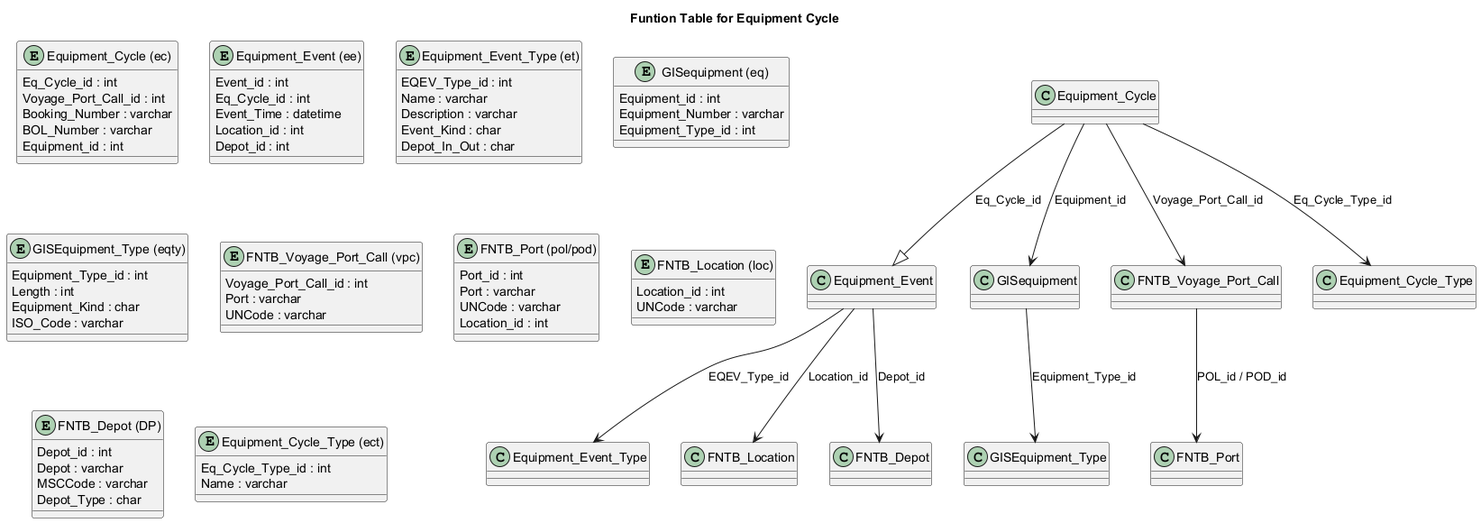
The PlantUML diagram DCC_Trasporti_H/FNTB_Equipment_Cycle_Sub.png in grellag/Project_Python, before a commit. The source it was exported from:
```plantuml
@startuml

title Funtion Table for Equipment Cycle

entity "Equipment_Cycle (ec)" {
    Eq_Cycle_id : int
    Voyage_Port_Call_id : int
    Booking_Number : varchar
    BOL_Number : varchar
    Equipment_id : int
}

entity "Equipment_Event (ee)" {
    Event_id : int
    Eq_Cycle_id : int
    Event_Time : datetime
    Location_id : int
    Depot_id : int
}

entity "Equipment_Event_Type (et)" {
    EQEV_Type_id : int
    Name : varchar
    Description : varchar
    Event_Kind : char
    Depot_In_Out : char
}

entity "GISequipment (eq)" {
    Equipment_id : int
    Equipment_Number : varchar
    Equipment_Type_id : int
}

entity "GISEquipment_Type (eqty)" {
    Equipment_Type_id : int
    Length : int
    Equipment_Kind : char
    ISO_Code : varchar
}

entity "FNTB_Voyage_Port_Call (vpc)" {
    Voyage_Port_Call_id : int
    Port : varchar
    UNCode : varchar
}

entity "FNTB_Port (pol/pod)" {
    Port_id : int
    Port : varchar
    UNCode : varchar
    Location_id : int
}

entity "FNTB_Location (loc)" {
    Location_id : int
    UNCode : varchar
}

entity "FNTB_Depot (DP)" {
    Depot_id : int
    Depot : varchar
    MSCCode : varchar
    Depot_Type : char
}

entity "Equipment_Cycle_Type (ect)" {
    Eq_Cycle_Type_id : int
    Name : varchar
}

Equipment_Cycle --|> Equipment_Event : "Eq_Cycle_id"
Equipment_Event --> Equipment_Event_Type : "EQEV_Type_id"
Equipment_Cycle --> GISequipment : "Equipment_id"
GISequipment --> GISEquipment_Type : "Equipment_Type_id"
Equipment_Cycle --> FNTB_Voyage_Port_Call : "Voyage_Port_Call_id"
FNTB_Voyage_Port_Call --> FNTB_Port : "POL_id / POD_id"
Equipment_Event --> FNTB_Location : "Location_id"
Equipment_Event --> FNTB_Depot : "Depot_id"
Equipment_Cycle --> Equipment_Cycle_Type : "Eq_Cycle_Type_id"

@enduml
```
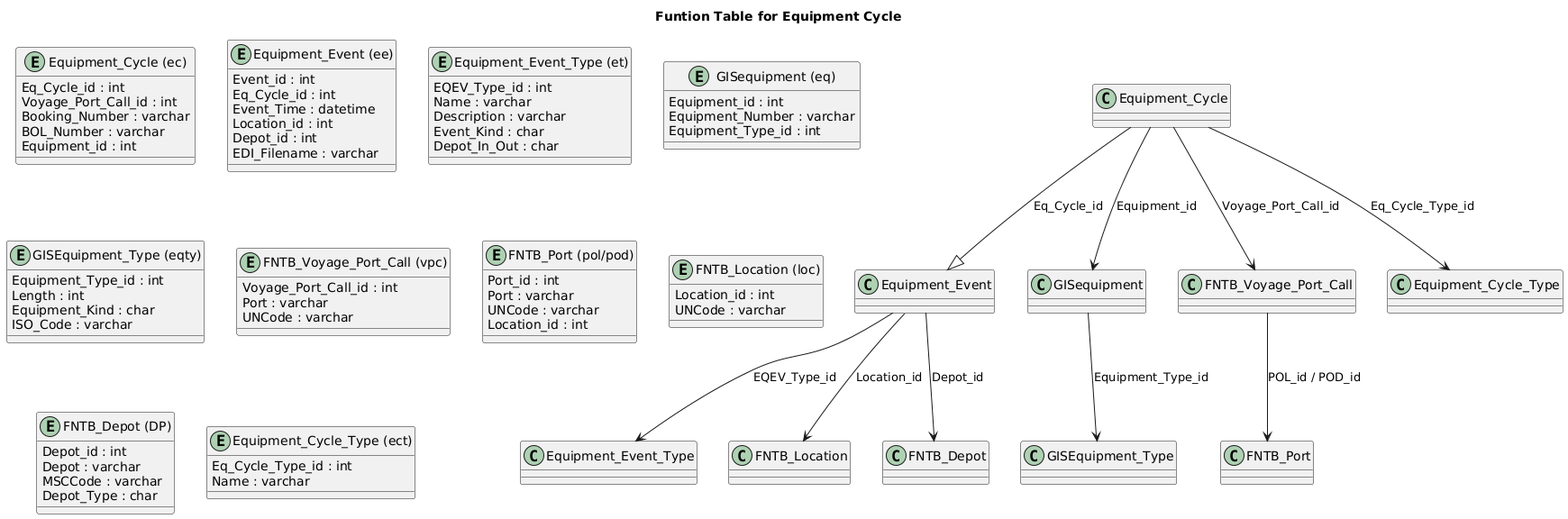
After the change.

What changed in the source:
```diff
@@ -16,6 +16,7 @@
     Event_Time : datetime
     Location_id : int
     Depot_id : int
+    EDI_Filename : varchar
 }
 
 entity "Equipment_Event_Type (et)" {
```
